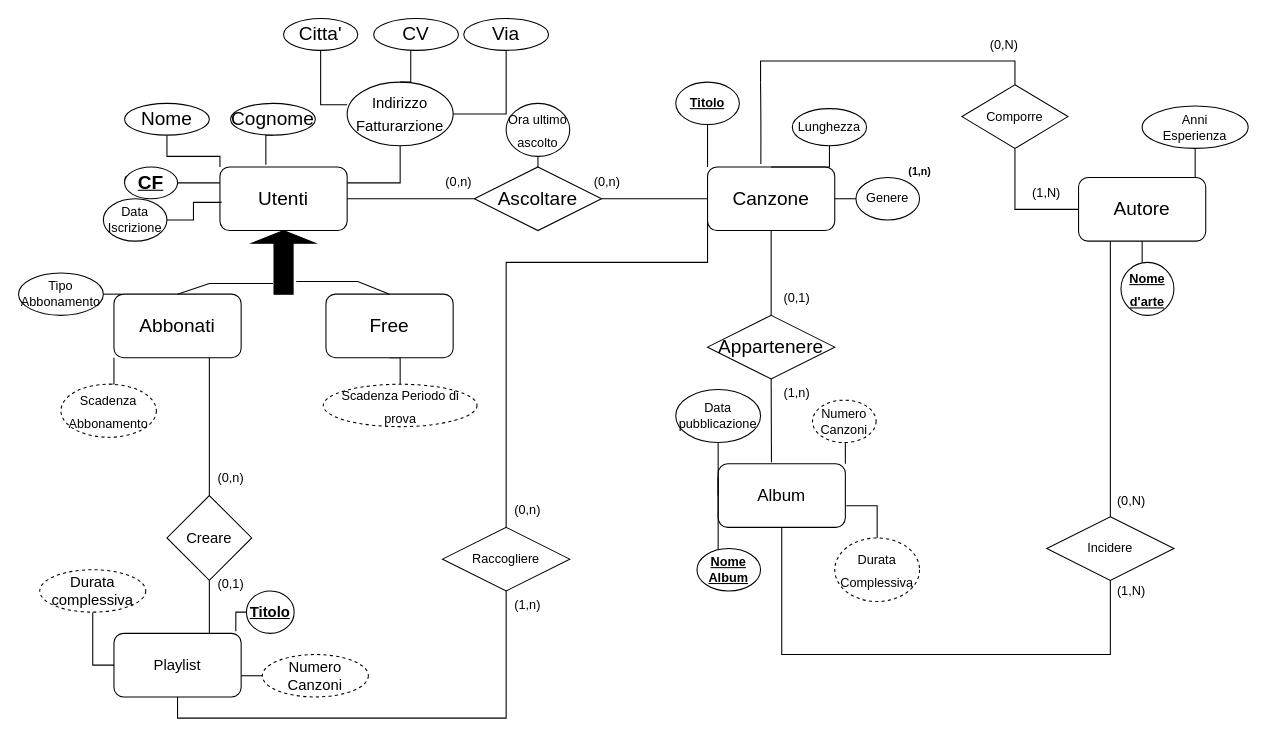
Above: BasiDiDati/Progetto/DiagrammaER.drawio in Ariethel/Uni (draw.io), before the change. Source tidied: cells renumbered, new cells numbered last; positions are measured from the earlier drawing's top-left corner, leaving out a move shared by most shapes. Both pictures are drawn from the tidied source at 106%, with x=0, y=0 at pixel (18, 18).
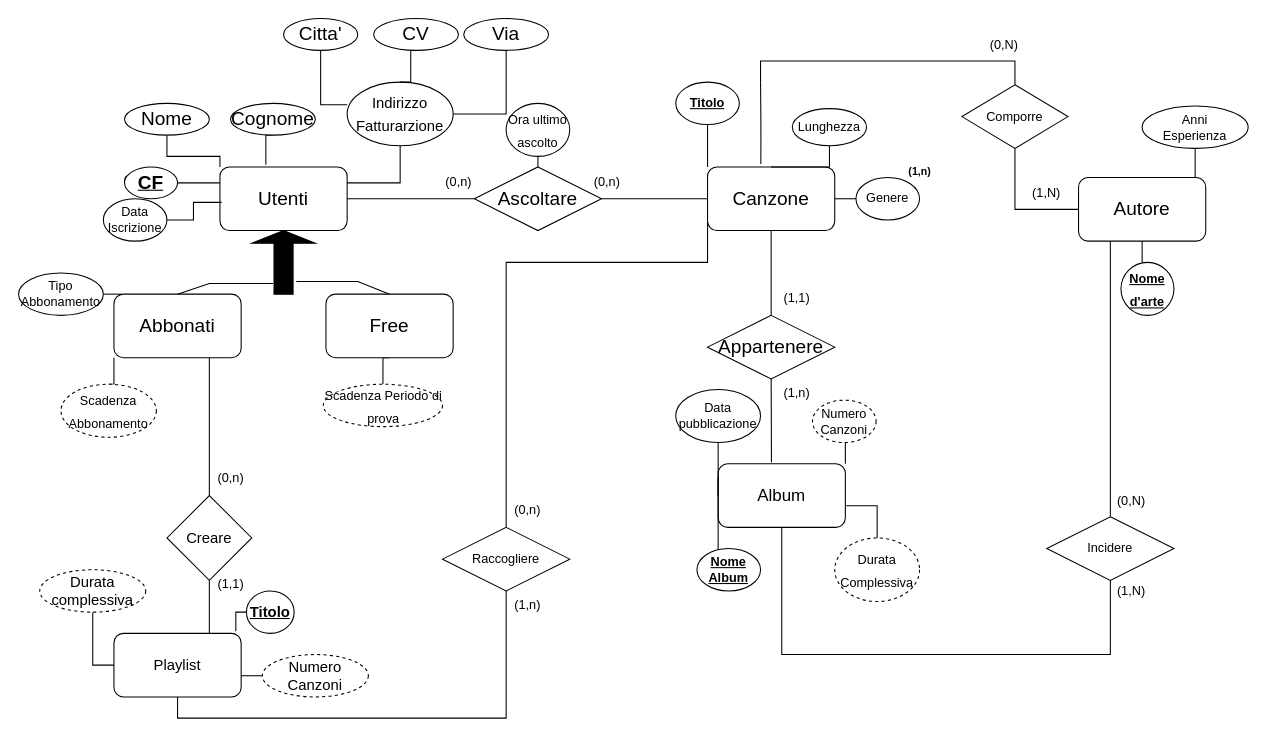
After the change.

Commit message (it also covers changes not shown here):
query, ancora

Diff of the diagram source:
```diff
@@
     <mxCell id="25" value="&lt;font style=&quot;font-size: 12px&quot;&gt;Scadenza Periodo di prova&lt;/font&gt;" style="ellipse;whiteSpace=wrap;html=1;align=center;fontSize=18;fillColor=default;dashed=1;" parent="1" vertex="1">
-      <mxGeometry x="287.5" y="345" width="145" height="40" as="geometry" />
+      <mxGeometry x="287.5" y="345" width="112.5" height="40" as="geometry" />
     </mxCell>
@@
-    <mxCell id="55" value="&lt;span style=&quot;font-weight: normal&quot;&gt;&lt;font style=&quot;font-size: 12px&quot;&gt;(0,1)&lt;/font&gt;&lt;/span&gt;" style="text;strokeColor=none;fillColor=none;html=1;fontSize=24;fontStyle=1;verticalAlign=middle;align=center;" parent="1" vertex="1">
+    <mxCell id="55" value="&lt;span style=&quot;font-weight: normal&quot;&gt;&lt;font style=&quot;font-size: 12px&quot;&gt;(1,1)&lt;/font&gt;&lt;/span&gt;" style="text;strokeColor=none;fillColor=none;html=1;fontSize=24;fontStyle=1;verticalAlign=middle;align=center;" parent="1" vertex="1">
       <mxGeometry x="709" y="240" width="50" height="40" as="geometry" />
     </mxCell>
@@
-    <mxCell id="68" value="&lt;span style=&quot;font-weight: normal&quot;&gt;&lt;font style=&quot;font-size: 12px&quot;&gt;(0,1)&lt;/font&gt;&lt;/span&gt;" style="text;strokeColor=none;fillColor=none;html=1;fontSize=24;fontStyle=1;verticalAlign=middle;align=center;" parent="1" vertex="1">
+    <mxCell id="68" value="&lt;span style=&quot;font-weight: normal&quot;&gt;&lt;font style=&quot;font-size: 12px&quot;&gt;(1,1)&lt;/font&gt;&lt;/span&gt;" style="text;strokeColor=none;fillColor=none;html=1;fontSize=24;fontStyle=1;verticalAlign=middle;align=center;" parent="1" vertex="1">
       <mxGeometry x="150" y="510" width="100" height="40" as="geometry" />
     </mxCell>
```
